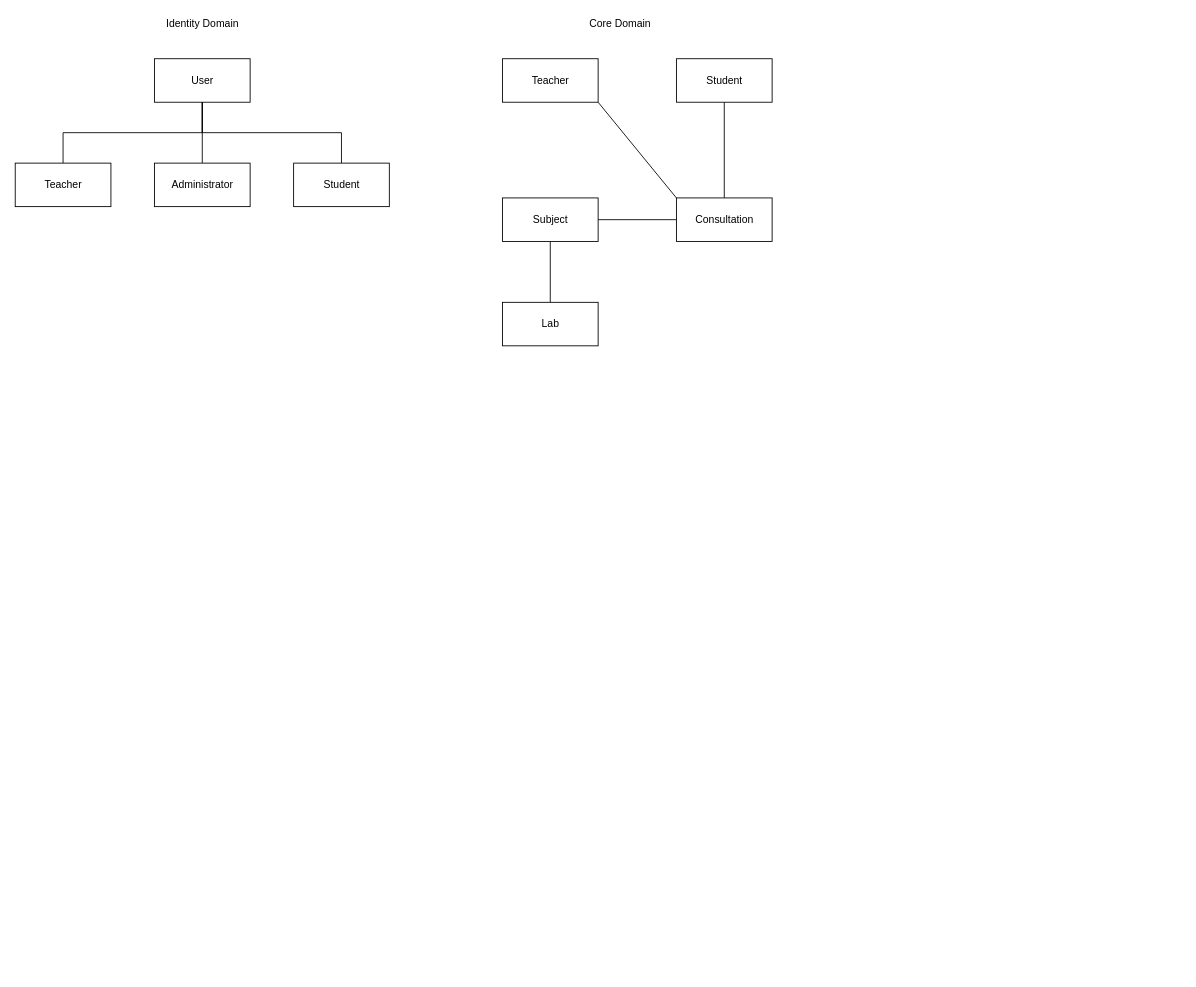
This is docs/domain-diagram.v1.drawio from Redouane64/DigitalQueue, a draw.io file, before an edit. Source tidied: cells renumbered, new cells numbered last; positions are measured from the earlier drawing's top-left corner, leaving out a move shared by most shapes. Both pictures are drawn from the tidied source at 87%, with x=0, y=0 at pixel (15, 15).
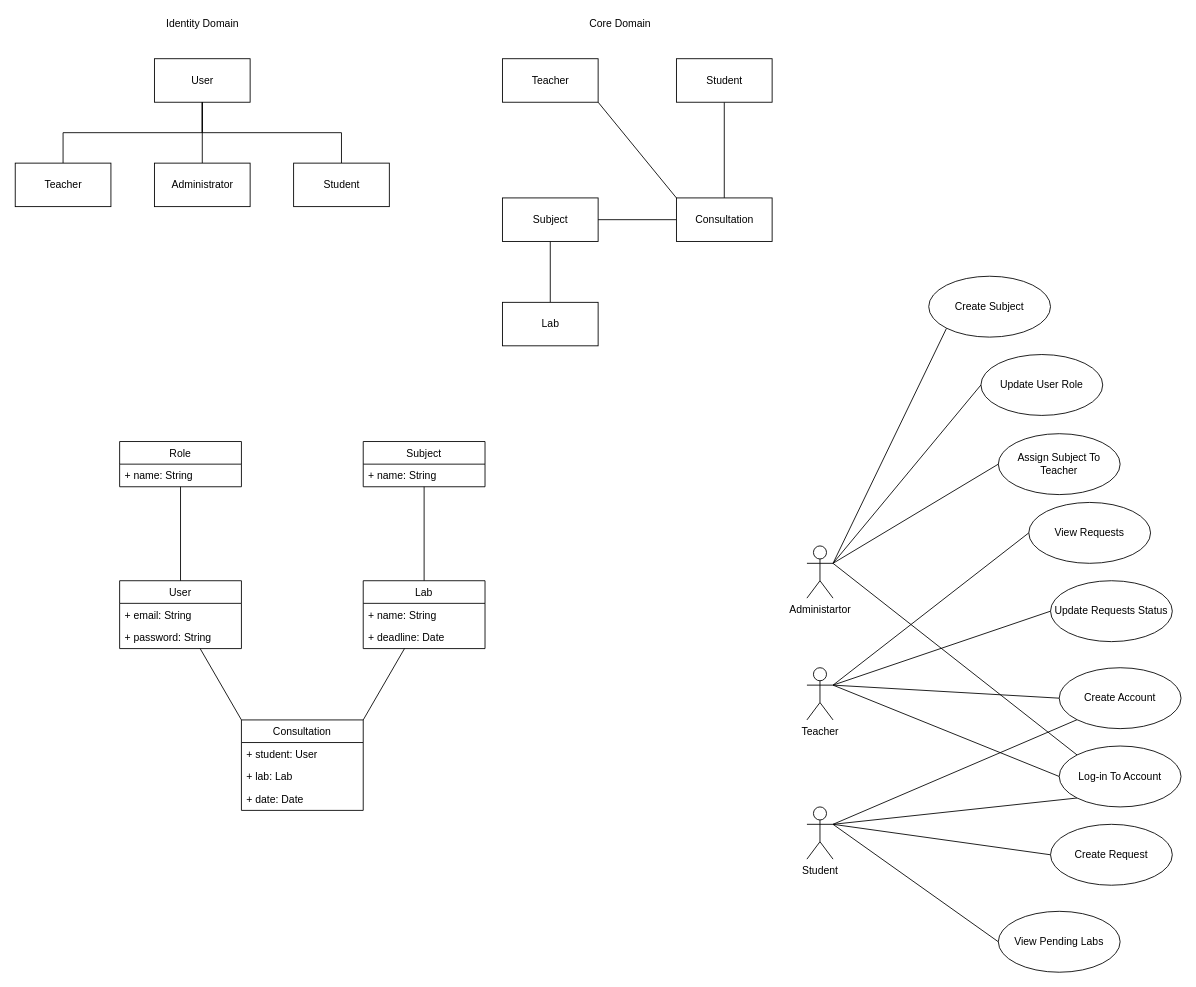
The same diagram, later.

Commit message:
feat(docs): add use cases and updates

What changed in the source:
```diff
@@
+    <mxCell id="20" style="rounded=0;html=1;entryX=0;entryY=0;entryDx=0;entryDy=0;endArrow=none;endFill=0;" parent="1" edge="1" source="21" target="34">
+      <mxGeometry relative="1" as="geometry" />
+    </mxCell>
+    <mxCell id="21" value="User" style="swimlane;fontStyle=0;horizontal=1;startSize=26;fillColor=none;" parent="1" vertex="1">
+      <mxGeometry x="120" y="650" width="140" height="78" as="geometry" />
+    </mxCell>
+    <mxCell id="22" value="+ email: String" style="text;strokeColor=none;fillColor=none;align=left;verticalAlign=top;spacingLeft=4;spacingRight=4;overflow=hidden;" parent="21" vertex="1">
+      <mxGeometry y="26" width="140" height="26" as="geometry" />
+    </mxCell>
+    <mxCell id="23" value="+ password: String" style="text;strokeColor=none;fillColor=none;align=left;verticalAlign=top;spacingLeft=4;spacingRight=4;overflow=hidden;" parent="21" vertex="1">
+      <mxGeometry y="52" width="140" height="26" as="geometry" />
+    </mxCell>
+    <mxCell id="24" style="edgeStyle=orthogonalEdgeStyle;rounded=0;html=1;entryX=0.5;entryY=0;entryDx=0;entryDy=0;endArrow=none;endFill=0;" parent="1" edge="1" source="25" target="21">
+      <mxGeometry relative="1" as="geometry" />
+    </mxCell>
+    <mxCell id="25" value="Role" style="swimlane;fontStyle=0;horizontal=1;startSize=26;fillColor=none;" parent="1" vertex="1">
+      <mxGeometry x="120" y="490" width="140" height="52" as="geometry" />
+    </mxCell>
+    <mxCell id="26" value="+ name: String" style="text;strokeColor=none;fillColor=none;align=left;verticalAlign=top;spacingLeft=4;spacingRight=4;overflow=hidden;" parent="25" vertex="1">
+      <mxGeometry y="26" width="140" height="26" as="geometry" />
+    </mxCell>
+    <mxCell id="27" style="edgeStyle=orthogonalEdgeStyle;rounded=0;html=1;entryX=0.5;entryY=0;entryDx=0;entryDy=0;endArrow=none;endFill=0;" parent="1" edge="1" source="28" target="31">
+      <mxGeometry relative="1" as="geometry" />
+    </mxCell>
+    <mxCell id="28" value="Subject" style="swimlane;fontStyle=0;horizontal=1;startSize=26;fillColor=none;" parent="1" vertex="1">
+      <mxGeometry x="400" y="490" width="140" height="52" as="geometry" />
+    </mxCell>
+    <mxCell id="29" value="+ name: String" style="text;strokeColor=none;fillColor=none;align=left;verticalAlign=top;spacingLeft=4;spacingRight=4;overflow=hidden;" parent="28" vertex="1">
+      <mxGeometry y="26" width="140" height="26" as="geometry" />
+    </mxCell>
+    <mxCell id="30" style="rounded=0;html=1;entryX=1;entryY=0;entryDx=0;entryDy=0;endArrow=none;endFill=0;" parent="1" edge="1" source="31" target="34">
+      <mxGeometry relative="1" as="geometry" />
+    </mxCell>
+    <mxCell id="31" value="Lab" style="swimlane;fontStyle=0;horizontal=1;startSize=26;fillColor=none;" parent="1" vertex="1">
+      <mxGeometry x="400" y="650" width="140" height="78" as="geometry" />
+    </mxCell>
+    <mxCell id="32" value="+ name: String" style="text;strokeColor=none;fillColor=none;align=left;verticalAlign=top;spacingLeft=4;spacingRight=4;overflow=hidden;" parent="31" vertex="1">
+      <mxGeometry y="26" width="140" height="26" as="geometry" />
+    </mxCell>
+    <mxCell id="33" value="+ deadline: Date" style="text;strokeColor=none;fillColor=none;align=left;verticalAlign=top;spacingLeft=4;spacingRight=4;overflow=hidden;" parent="31" vertex="1">
+      <mxGeometry y="52" width="140" height="26" as="geometry" />
+    </mxCell>
+    <mxCell id="34" value="Consultation" style="swimlane;fontStyle=0;horizontal=1;startSize=26;fillColor=none;" parent="1" vertex="1">
+      <mxGeometry x="260" y="810" width="140" height="104" as="geometry" />
+    </mxCell>
+    <mxCell id="35" value="+ student: User" style="text;strokeColor=none;fillColor=none;align=left;verticalAlign=top;spacingLeft=4;spacingRight=4;overflow=hidden;" parent="34" vertex="1">
+      <mxGeometry y="26" width="140" height="26" as="geometry" />
+    </mxCell>
+    <mxCell id="36" value="+ lab: Lab" style="text;strokeColor=none;fillColor=none;align=left;verticalAlign=top;spacingLeft=4;spacingRight=4;overflow=hidden;" parent="34" vertex="1">
+      <mxGeometry y="52" width="140" height="26" as="geometry" />
+    </mxCell>
+    <mxCell id="37" value="+ date: Date" style="text;strokeColor=none;fillColor=none;align=left;verticalAlign=top;spacingLeft=4;spacingRight=4;overflow=hidden;" parent="34" vertex="1">
+      <mxGeometry y="78" width="140" height="26" as="geometry" />
+    </mxCell>
+    <mxCell id="38" style="edgeStyle=none;rounded=0;html=1;exitX=1;exitY=0.3333333333333333;exitDx=0;exitDy=0;exitPerimeter=0;entryX=0;entryY=0;entryDx=0;entryDy=0;endArrow=none;endFill=0;" parent="1" edge="1" source="42" target="54">
+      <mxGeometry relative="1" as="geometry" />
+    </mxCell>
+    <mxCell id="39" style="edgeStyle=none;rounded=0;html=1;exitX=1;exitY=0.3333333333333333;exitDx=0;exitDy=0;exitPerimeter=0;entryX=0;entryY=1;entryDx=0;entryDy=0;endArrow=none;endFill=0;" parent="1" edge="1" source="42" target="57">
+      <mxGeometry relative="1" as="geometry" />
+    </mxCell>
+    <mxCell id="40" style="edgeStyle=none;rounded=0;html=1;exitX=1;exitY=0.3333333333333333;exitDx=0;exitDy=0;exitPerimeter=0;entryX=0;entryY=0.5;entryDx=0;entryDy=0;endArrow=none;endFill=0;" parent="1" edge="1" source="42" target="58">
+      <mxGeometry relative="1" as="geometry" />
+    </mxCell>
+    <mxCell id="41" style="edgeStyle=none;rounded=0;html=1;exitX=1;exitY=0.3333333333333333;exitDx=0;exitDy=0;exitPerimeter=0;entryX=0;entryY=0.5;entryDx=0;entryDy=0;endArrow=none;endFill=0;" parent="1" edge="1" source="42" target="60">
+      <mxGeometry relative="1" as="geometry" />
+    </mxCell>
+    <mxCell id="42" value="Administartor" style="shape=umlActor;verticalLabelPosition=bottom;verticalAlign=top;html=1;" parent="1" vertex="1">
+      <mxGeometry x="910" y="610" width="30" height="60" as="geometry" />
+    </mxCell>
+    <mxCell id="43" style="edgeStyle=none;rounded=0;html=1;exitX=1;exitY=0.3333333333333333;exitDx=0;exitDy=0;exitPerimeter=0;entryX=0;entryY=0.5;entryDx=0;entryDy=0;endArrow=none;endFill=0;" parent="1" edge="1" source="47" target="53">
+      <mxGeometry relative="1" as="geometry" />
+    </mxCell>
+    <mxCell id="44" style="edgeStyle=none;rounded=0;html=1;exitX=1;exitY=0.3333333333333333;exitDx=0;exitDy=0;exitPerimeter=0;entryX=0;entryY=0.5;entryDx=0;entryDy=0;endArrow=none;endFill=0;" parent="1" edge="1" source="47" target="54">
+      <mxGeometry relative="1" as="geometry" />
+    </mxCell>
+    <mxCell id="45" style="edgeStyle=none;rounded=0;html=1;exitX=1;exitY=0.3333333333333333;exitDx=0;exitDy=0;exitPerimeter=0;entryX=0;entryY=0.5;entryDx=0;entryDy=0;endArrow=none;endFill=0;" parent="1" edge="1" source="47" target="59">
+      <mxGeometry relative="1" as="geometry" />
+    </mxCell>
+    <mxCell id="46" style="edgeStyle=none;html=1;exitX=1;exitY=0.3333333333333333;exitDx=0;exitDy=0;exitPerimeter=0;entryX=0;entryY=0.5;entryDx=0;entryDy=0;endArrow=none;endFill=0;" parent="1" edge="1" source="47" target="61">
+      <mxGeometry relative="1" as="geometry" />
+    </mxCell>
+    <mxCell id="47" value="Teacher" style="shape=umlActor;verticalLabelPosition=bottom;verticalAlign=top;html=1;" parent="1" vertex="1">
+      <mxGeometry x="910" y="750" width="30" height="60" as="geometry" />
+    </mxCell>
+    <mxCell id="48" style="edgeStyle=none;rounded=0;html=1;exitX=1;exitY=0.3333333333333333;exitDx=0;exitDy=0;exitPerimeter=0;entryX=0;entryY=1;entryDx=0;entryDy=0;endArrow=none;endFill=0;" parent="1" edge="1" source="52" target="53">
+      <mxGeometry relative="1" as="geometry" />
+    </mxCell>
+    <mxCell id="49" style="edgeStyle=none;rounded=0;html=1;exitX=1;exitY=0.3333333333333333;exitDx=0;exitDy=0;exitPerimeter=0;entryX=0;entryY=1;entryDx=0;entryDy=0;endArrow=none;endFill=0;" parent="1" edge="1" source="52" target="54">
+      <mxGeometry relative="1" as="geometry" />
+    </mxCell>
+    <mxCell id="50" style="edgeStyle=none;rounded=0;html=1;exitX=1;exitY=0.3333333333333333;exitDx=0;exitDy=0;exitPerimeter=0;entryX=0;entryY=0.5;entryDx=0;entryDy=0;endArrow=none;endFill=0;" parent="1" edge="1" source="52" target="55">
+      <mxGeometry relative="1" as="geometry" />
+    </mxCell>
+    <mxCell id="51" style="edgeStyle=none;rounded=0;html=1;exitX=1;exitY=0.3333333333333333;exitDx=0;exitDy=0;exitPerimeter=0;entryX=0;entryY=0.5;entryDx=0;entryDy=0;endArrow=none;endFill=0;" parent="1" edge="1" source="52" target="56">
+      <mxGeometry relative="1" as="geometry" />
+    </mxCell>
+    <mxCell id="52" value="Student" style="shape=umlActor;verticalLabelPosition=bottom;verticalAlign=top;html=1;" parent="1" vertex="1">
+      <mxGeometry x="910" y="910" width="30" height="60" as="geometry" />
+    </mxCell>
+    <mxCell id="53" value="Create Account" style="ellipse;whiteSpace=wrap;html=1;" parent="1" vertex="1">
+      <mxGeometry x="1200" y="750" width="140" height="70" as="geometry" />
+    </mxCell>
+    <mxCell id="54" value="Log-in To Account" style="ellipse;whiteSpace=wrap;html=1;" parent="1" vertex="1">
+      <mxGeometry x="1200" y="840" width="140" height="70" as="geometry" />
+    </mxCell>
+    <mxCell id="55" value="Create Request" style="ellipse;whiteSpace=wrap;html=1;" parent="1" vertex="1">
+      <mxGeometry x="1190" y="930" width="140" height="70" as="geometry" />
+    </mxCell>
+    <mxCell id="56" value="View Pending Labs" style="ellipse;whiteSpace=wrap;html=1;" parent="1" vertex="1">
+      <mxGeometry x="1130" y="1030" width="140" height="70" as="geometry" />
+    </mxCell>
+    <mxCell id="57" value="Create Subject" style="ellipse;whiteSpace=wrap;html=1;" parent="1" vertex="1">
+      <mxGeometry x="1050" y="300" width="140" height="70" as="geometry" />
+    </mxCell>
+    <mxCell id="58" value="Assign Subject To Teacher" style="ellipse;whiteSpace=wrap;html=1;" parent="1" vertex="1">
+      <mxGeometry x="1130" y="481" width="140" height="70" as="geometry" />
+    </mxCell>
+    <mxCell id="59" value="View Requests" style="ellipse;whiteSpace=wrap;html=1;" parent="1" vertex="1">
+      <mxGeometry x="1165" y="560" width="140" height="70" as="geometry" />
+    </mxCell>
+    <mxCell id="60" value="Update User Role" style="ellipse;whiteSpace=wrap;html=1;" parent="1" vertex="1">
+      <mxGeometry x="1110" y="390" width="140" height="70" as="geometry" />
+    </mxCell>
+    <mxCell id="61" value="Update Requests Status" style="ellipse;whiteSpace=wrap;html=1;" parent="1" vertex="1">
+      <mxGeometry x="1190" y="650" width="140" height="70" as="geometry" />
+    </mxCell>
```
